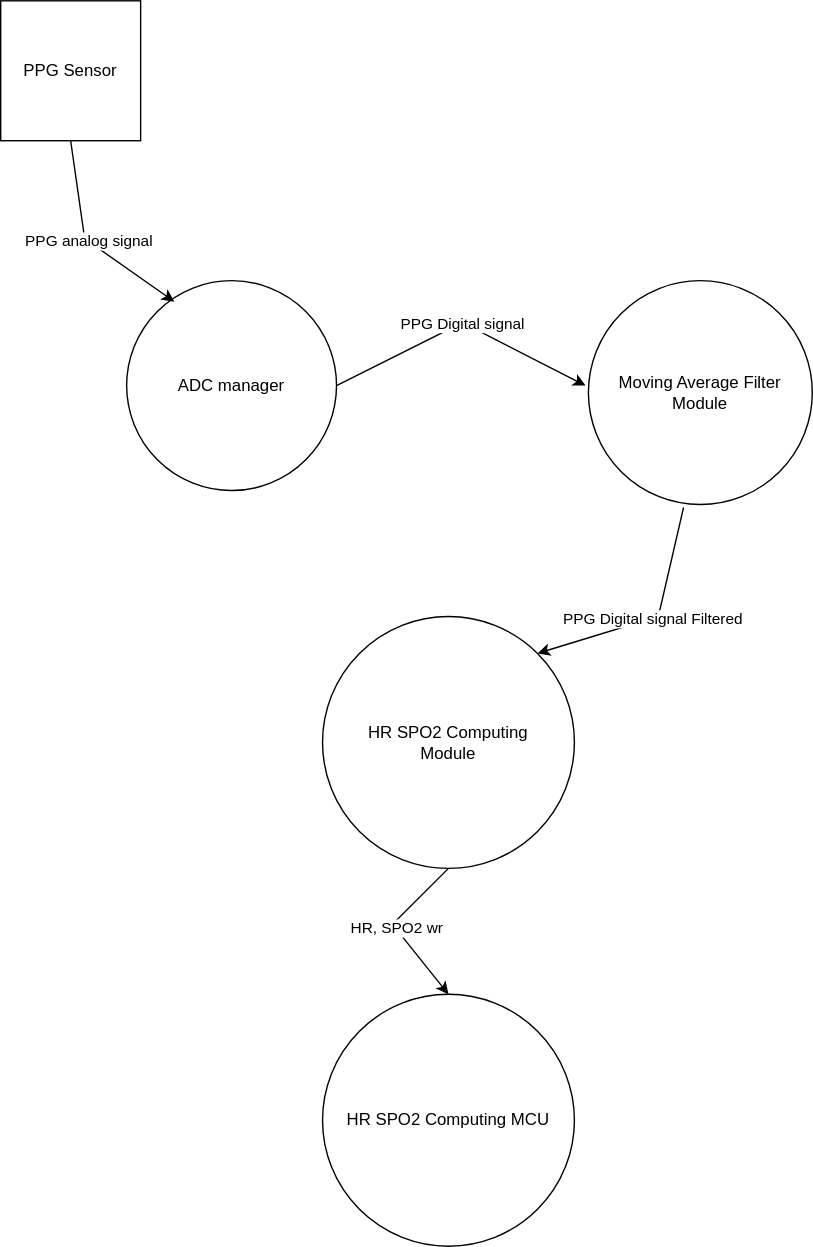
The draw.io diagram diagrams/level2_hr_spo2.svg in Tonyb94/PPG-Signal-Processing, before a commit. Source tidied: cells renumbered, new cells last; positions are measured from the earlier drawing's top-left corner, leaving out a move shared by most shapes.
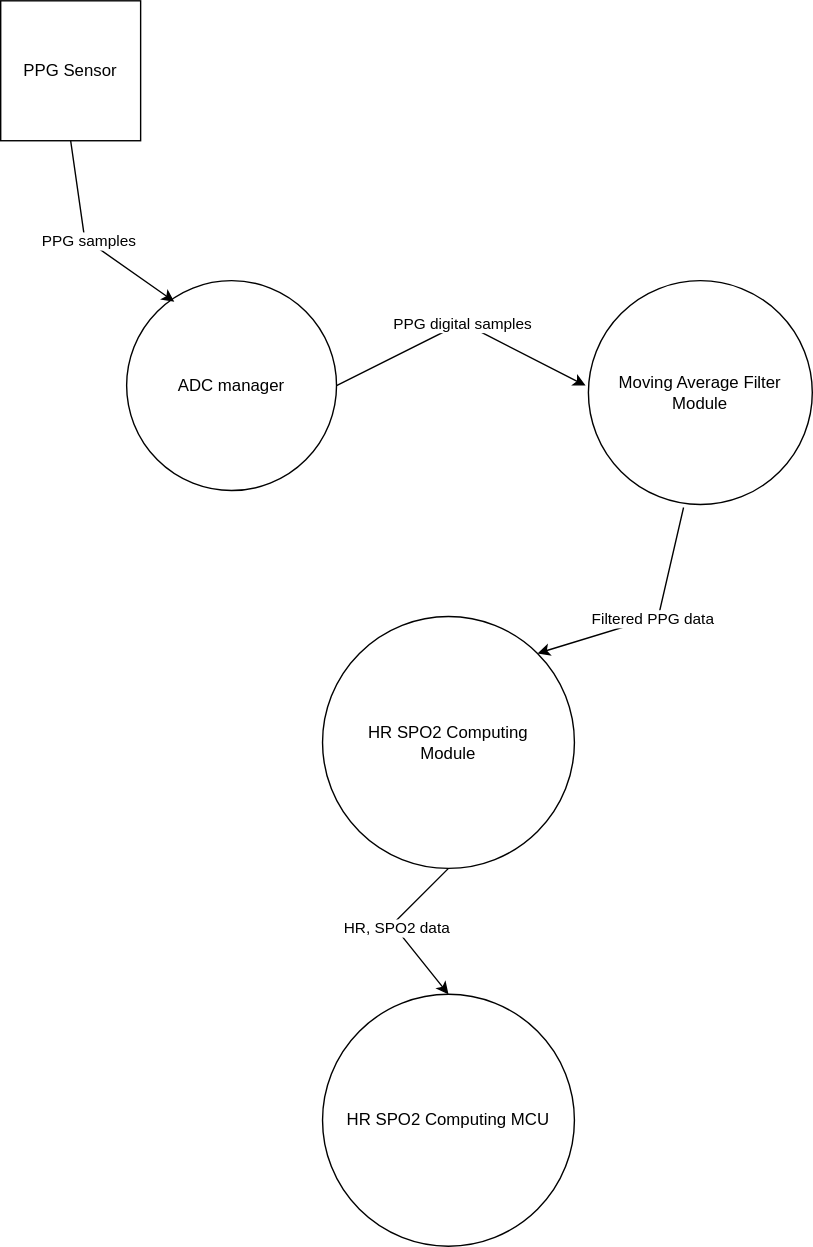
Later version of the same file.

Diff of the diagram source:
```diff
@@ -15,7 +15,7 @@
         </Array>
       </mxGeometry>
     </mxCell>
-    <mxCell id="5" value="PPG analog signal" style="edgeLabel;html=1;align=center;verticalAlign=middle;" parent="4" vertex="1">
+    <mxCell id="5" value="PPG samples" style="edgeLabel;html=1;align=center;verticalAlign=middle;" parent="4" vertex="1">
       <mxGeometry relative="1" as="geometry" />
     </mxCell>
     <mxCell id="6" value="Moving Average Filter Module" style="ellipse;whiteSpace=wrap;html=1;" parent="1" vertex="1">
@@ -29,7 +29,7 @@
         </Array>
       </mxGeometry>
     </mxCell>
-    <mxCell id="8" value="PPG Digital signal" style="edgeLabel;html=1;align=center;verticalAlign=middle;" parent="7" vertex="1">
+    <mxCell id="8" value="PPG digital samples" style="edgeLabel;html=1;align=center;verticalAlign=middle;" parent="7" vertex="1">
       <mxGeometry relative="1" as="geometry" />
     </mxCell>
     <mxCell id="9" value="HR SPO2 Computing&lt;div&gt;Module&lt;/div&gt;" style="ellipse;whiteSpace=wrap;html=1;" parent="1" vertex="1">
@@ -42,7 +42,7 @@
         </Array>
       </mxGeometry>
     </mxCell>
-    <mxCell id="11" value="PPG Digital signal Filtered" style="edgeLabel;html=1;align=center;verticalAlign=middle;" parent="10" vertex="1">
+    <mxCell id="11" value="Filtered PPG data" style="edgeLabel;html=1;align=center;verticalAlign=middle;" parent="10" vertex="1">
       <mxGeometry relative="1" as="geometry" />
     </mxCell>
     <mxCell id="12" value="HR SPO2 Computing MCU" style="ellipse;whiteSpace=wrap;html=1;" parent="1" vertex="1">
@@ -55,7 +55,7 @@
         </Array>
       </mxGeometry>
     </mxCell>
-    <mxCell id="14" value="HR, SPO2 wr" style="edgeLabel;html=1;align=center;verticalAlign=middle;" parent="13" vertex="1">
+    <mxCell id="14" value="HR, SPO2 data" style="edgeLabel;html=1;align=center;verticalAlign=middle;" parent="13" vertex="1">
       <mxGeometry relative="1" as="geometry" />
     </mxCell>
   </root>
```
